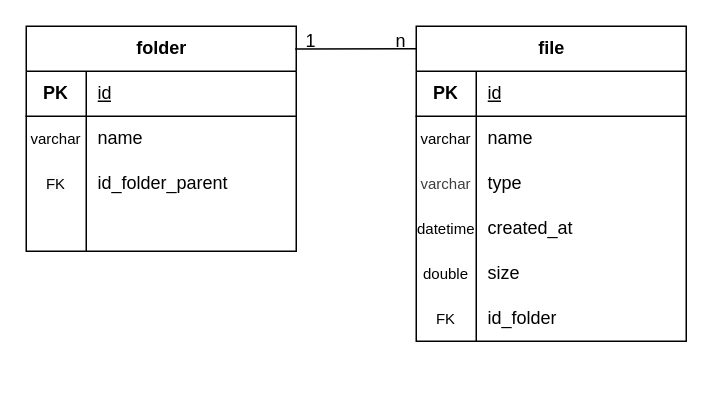
leonelfuentes00/practicas-profesionalizantes-3 keeps this draw.io diagram as sql/actividad-4/actividad-4.drawio. Above is the earlier version. Source tidied: cells renumbered, new cells numbered last; positions are measured from the earlier drawing's top-left corner, leaving out a move shared by most shapes. Both pictures are drawn from the tidied source at 150%, with x=0, y=0 at pixel (26, 26).
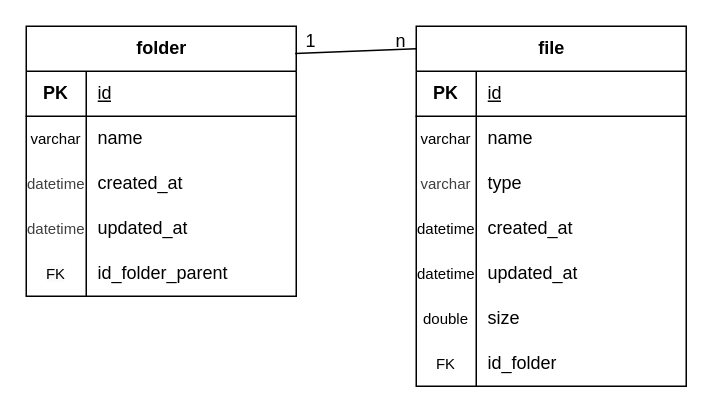
The same diagram, later.

Commit message (it also covers changes not shown here):
2025/06/26 - Sube diagrama de ejercicio 5 y arregla diagrama de ejercicio 4 (no los pide la tarea pero me ayuda antes de empezar a codificar)

Diff of the diagram source:
```diff
@@
     <mxCell id="2" value="folder" style="shape=table;startSize=30;childLayout=tableLayout;rowLines=0;fontStyle=1;align=center;html=1;" parent="1" vertex="1">
-      <mxGeometry width="180" height="150" as="geometry" />
+      <mxGeometry width="180" height="180" as="geometry" />
     </mxCell>
@@
+    <mxCell id="37" style="shape=tableRow;horizontal=0;startSize=0;swimlaneHead=0;swimlaneBody=0;fillColor=none;top=0;left=0;right=0;bottom=0;" parent="2" vertex="1">
+      <mxGeometry y="90" width="180" height="30" as="geometry" />
+    </mxCell>
+    <mxCell id="38" value="&lt;span style=&quot;color: rgb(63, 63, 63); font-size: 10px;&quot;&gt;datetime&lt;/span&gt;" style="shape=partialRectangle;fillColor=none;top=0;left=0;bottom=0;right=0;overflow=hidden;whiteSpace=wrap;html=1;" parent="37" vertex="1">
+      <mxGeometry width="40" height="30" as="geometry" />
+    </mxCell>
+    <mxCell id="39" value="&lt;span style=&quot;color: rgb(0, 0, 0);&quot;&gt;created_at&lt;/span&gt;" style="shape=partialRectangle;fillColor=none;top=0;left=0;bottom=0;right=0;align=left;spacingLeft=6;overflow=hidden;whiteSpace=wrap;html=1;" parent="37" vertex="1">
+      <mxGeometry x="40" width="140" height="30" as="geometry" />
+    </mxCell>
+    <mxCell id="12" style="shape=tableRow;horizontal=0;startSize=0;swimlaneHead=0;swimlaneBody=0;fillColor=none;top=0;left=0;right=0;bottom=0;" parent="2" vertex="1">
+      <mxGeometry y="120" width="180" height="30" as="geometry" />
+    </mxCell>
+    <mxCell id="13" value="&lt;span style=&quot;color: rgb(63, 63, 63); font-size: 10px;&quot;&gt;datetime&lt;/span&gt;" style="shape=partialRectangle;fillColor=none;top=0;left=0;bottom=0;right=0;overflow=hidden;whiteSpace=wrap;html=1;" parent="12" vertex="1">
+      <mxGeometry width="40" height="30" as="geometry" />
+    </mxCell>
+    <mxCell id="14" value="&lt;span style=&quot;color: rgb(0, 0, 0);&quot;&gt;updated_at&lt;/span&gt;" style="shape=partialRectangle;fillColor=none;top=0;left=0;bottom=0;right=0;align=left;spacingLeft=6;overflow=hidden;whiteSpace=wrap;html=1;" parent="12" vertex="1">
+      <mxGeometry x="40" width="140" height="30" as="geometry" />
+    </mxCell>
     <mxCell id="9" style="shape=tableRow;horizontal=0;startSize=0;swimlaneHead=0;swimlaneBody=0;fillColor=none;top=0;left=0;right=0;bottom=0;" parent="2" vertex="1">
-      <mxGeometry y="90" width="180" height="30" as="geometry" />
+      <mxGeometry y="150" width="180" height="30" as="geometry" />
     </mxCell>
@@
-    <mxCell id="12" style="shape=tableRow;horizontal=0;startSize=0;swimlaneHead=0;swimlaneBody=0;fillColor=none;top=0;left=0;right=0;bottom=0;" parent="2" vertex="1">
-      <mxGeometry y="120" width="180" height="30" as="geometry" />
-    </mxCell>
-    <mxCell id="13" style="shape=partialRectangle;fillColor=none;top=0;left=0;bottom=0;right=0;overflow=hidden;whiteSpace=wrap;html=1;" parent="12" vertex="1">
-      <mxGeometry width="40" height="30" as="geometry" />
-    </mxCell>
-    <mxCell id="14" style="shape=partialRectangle;fillColor=none;top=0;left=0;bottom=0;right=0;align=left;spacingLeft=6;overflow=hidden;whiteSpace=wrap;html=1;" parent="12" vertex="1">
-      <mxGeometry x="40" width="140" height="30" as="geometry" />
-    </mxCell>
     <mxCell id="15" value="file" style="shape=table;startSize=30;childLayout=tableLayout;rowLines=0;fontStyle=1;align=center;html=1;" parent="1" vertex="1">
-      <mxGeometry x="260" width="180" height="210" as="geometry" />
+      <mxGeometry x="260" width="180" height="240" as="geometry" />
     </mxCell>
@@
+    <mxCell id="40" style="shape=tableRow;horizontal=0;startSize=0;swimlaneHead=0;swimlaneBody=0;fillColor=none;top=0;left=0;right=0;bottom=0;" parent="15" vertex="1">
+      <mxGeometry y="150" width="180" height="30" as="geometry" />
+    </mxCell>
+    <mxCell id="41" value="&lt;span style=&quot;font-size: 10px;&quot;&gt;datetime&lt;/span&gt;" style="shape=partialRectangle;fillColor=none;top=0;left=0;bottom=0;right=0;overflow=hidden;whiteSpace=wrap;html=1;" parent="40" vertex="1">
+      <mxGeometry width="40" height="30" as="geometry" />
+    </mxCell>
+    <mxCell id="42" value="updated_at" style="shape=partialRectangle;fillColor=none;top=0;left=0;bottom=0;right=0;align=left;spacingLeft=6;overflow=hidden;whiteSpace=wrap;html=1;" parent="40" vertex="1">
+      <mxGeometry x="40" width="140" height="30" as="geometry" />
+    </mxCell>
     <mxCell id="28" style="shape=tableRow;horizontal=0;startSize=0;swimlaneHead=0;swimlaneBody=0;fillColor=none;top=0;left=0;right=0;bottom=0;" parent="15" vertex="1">
-      <mxGeometry y="150" width="180" height="30" as="geometry" />
+      <mxGeometry y="180" width="180" height="30" as="geometry" />
     </mxCell>
@@
     <mxCell id="31" style="shape=tableRow;horizontal=0;startSize=0;swimlaneHead=0;swimlaneBody=0;fillColor=none;top=0;left=0;right=0;bottom=0;" parent="15" vertex="1">
-      <mxGeometry y="180" width="180" height="30" as="geometry" />
+      <mxGeometry y="210" width="180" height="30" as="geometry" />
     </mxCell>
```
